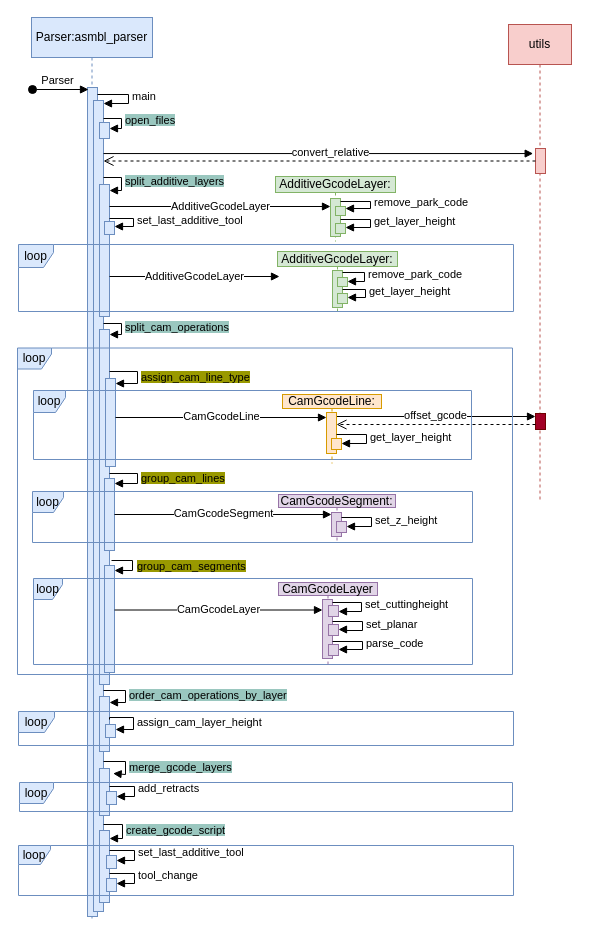
This is docs/UML/SquenceDiagram-1.drawio from cjlux/ASMBL, a draw.io file, before an edit. Source tidied: cells renumbered, new cells numbered last; positions are measured from the earlier drawing's top-left corner, leaving out a move shared by most shapes. Both pictures are drawn from the tidied source at 100%, with x=0, y=0 at pixel (17, 17).
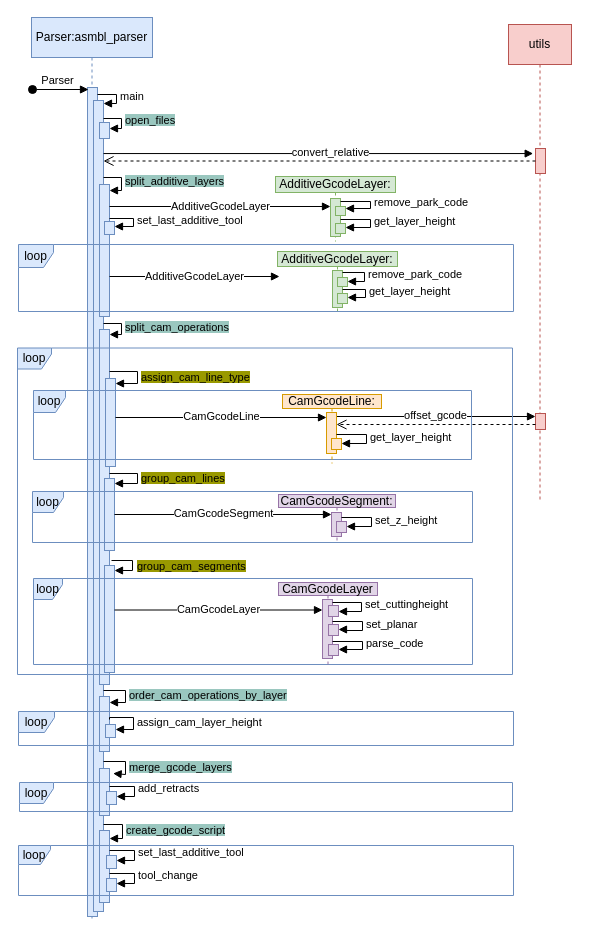
The same diagram, later.

Commit message:
Mettre à jour SquenceDiagram-1.drawio

The change refers to these unchanged cells:
```xml
<mxCell id="2" value="&lt;div&gt;Parser:asmbl_parser&lt;/div&gt;" style="shape=umlLifeline;perimeter=lifelinePerimeter;whiteSpace=wrap;html=1;newEdgeStyle={&quot;edgeStyle&quot;:&quot;elbowEdgeStyle&quot;,&quot;elbow&quot;:&quot;vertical&quot;,&quot;curved&quot;:0,&quot;rounded&quot;:0};fillColor=#dae8fc;strokeColor=#6c8ebf;" parent="1" vertex="1">
  <mxGeometry x="14" width="121" height="904" as="geometry" />
</mxCell>
<mxCell id="3" style="html=1;points=[];perimeter=orthogonalPerimeter;outlineConnect=0;targetShapes=umlLifeline;portConstraint=eastwest;newEdgeStyle={&quot;edgeStyle&quot;:&quot;elbowEdgeStyle&quot;,&quot;elbow&quot;:&quot;vertical&quot;,&quot;curved&quot;:0,&quot;rounded&quot;:0};fillColor=#dae8fc;strokeColor=#6c8ebf;" parent="2" vertex="1">
  <mxGeometry x="56" y="70" width="10" height="829" as="geometry" />
</mxCell>
<mxCell id="5" style="html=1;points=[[0,0,0,0,5],[0,1,0,0,-5],[1,0,0,0,5],[1,1,0,0,-5]];perimeter=orthogonalPerimeter;outlineConnect=0;targetShapes=umlLifeline;portConstraint=eastwest;newEdgeStyle={&quot;curved&quot;:0,&quot;rounded&quot;:0};fillColor=#dae8fc;strokeColor=#6c8ebf;" parent="2" vertex="1">
  <mxGeometry x="62" y="83" width="10" height="811" as="geometry" />
</mxCell>
```

The edit, as a diff of the source:
```diff
@@
     <mxCell id="6" value="&lt;div&gt;main&lt;/div&gt;" style="html=1;align=left;spacingLeft=2;endArrow=block;rounded=0;edgeStyle=orthogonalEdgeStyle;curved=0;rounded=0;" parent="2" edge="1" source="3" target="5">
       <mxGeometry relative="1" as="geometry">
         <Array as="points">
-          <mxPoint x="97" y="77" />
-          <mxPoint x="97" y="86" />
+          <mxPoint x="85" y="77" />
+          <mxPoint x="85" y="86" />
         </Array>
       </mxGeometry>
     </mxCell>
@@
-    <mxCell id="44" style="html=1;perimeter=orthogonalPerimeter;targetShapes=umlLifeline;newEdgeStyle={&quot;edgeStyle&quot;:&quot;elbowEdgeStyle&quot;,&quot;elbow&quot;:&quot;vertical&quot;,&quot;curved&quot;:0,&quot;rounded&quot;:0};fillColor=#a20025;strokeColor=#6F0000;fontColor=#ffffff;" parent="1" vertex="1">
+    <mxCell id="44" style="html=1;perimeter=orthogonalPerimeter;targetShapes=umlLifeline;newEdgeStyle={&quot;edgeStyle&quot;:&quot;elbowEdgeStyle&quot;,&quot;elbow&quot;:&quot;vertical&quot;,&quot;curved&quot;:0,&quot;rounded&quot;:0};fillColor=#f8cecc;strokeColor=#b85450;" parent="1" vertex="1">
       <mxGeometry x="518" y="396" width="10" height="16" as="geometry" />
     </mxCell>
```
